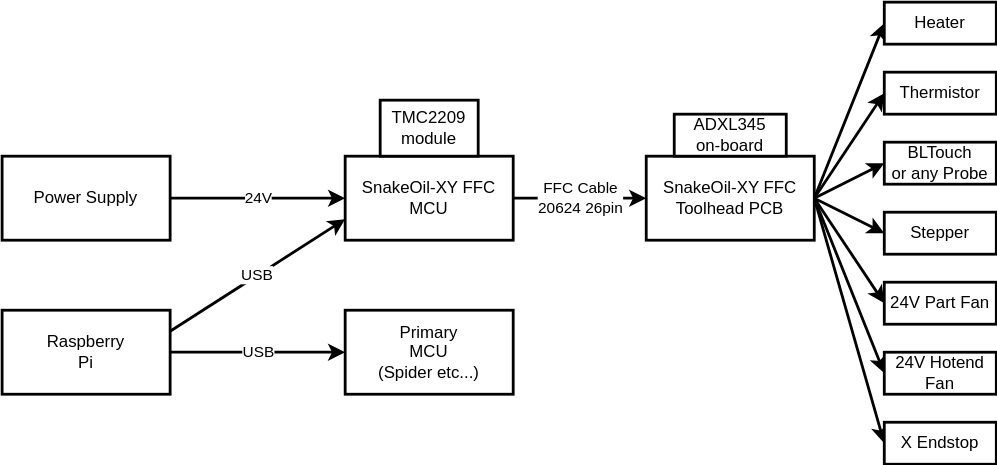
This is blockdiagram.drawio.svg from sadaoikebe/SnakeOilXY-FFC, a draw.io export, as it was before one commit. Source tidied: cells renumbered, new cells last; positions are measured from the earlier drawing's top-left corner, leaving out a move shared by most shapes. Source of this version:
```xml
<mxGraphModel>
  <root>
    <mxCell id="0" />
    <mxCell id="1" parent="0" />
    <mxCell id="2" value="FFC Cable&lt;br&gt;20624 26pin" style="edgeStyle=none;html=1;strokeWidth=2;" parent="1" edge="1" source="3" target="18">
      <mxGeometry relative="1" as="geometry" />
    </mxCell>
    <mxCell id="3" value="SnakeOil-XY FFC MCU" style="rounded=0;whiteSpace=wrap;html=1;strokeWidth=2;" parent="1" vertex="1">
      <mxGeometry x="245" y="110" width="120" height="60" as="geometry" />
    </mxCell>
    <mxCell id="4" value="TMC2209&lt;br&gt;module" style="rounded=0;whiteSpace=wrap;html=1;strokeWidth=2;" parent="1" vertex="1">
      <mxGeometry x="270" y="70" width="70" height="40" as="geometry" />
    </mxCell>
    <mxCell id="5" value="USB" style="edgeStyle=none;html=1;exitX=1;exitY=0.25;exitDx=0;exitDy=0;entryX=0;entryY=0.75;entryDx=0;entryDy=0;strokeWidth=2;" parent="1" edge="1" source="7" target="3">
      <mxGeometry relative="1" as="geometry" />
    </mxCell>
    <mxCell id="6" value="USB" style="edgeStyle=none;html=1;exitX=1;exitY=0.5;exitDx=0;exitDy=0;entryX=0;entryY=0.5;entryDx=0;entryDy=0;strokeWidth=2;" parent="1" edge="1" source="7" target="8">
      <mxGeometry relative="1" as="geometry" />
    </mxCell>
    <mxCell id="7" value="Raspberry&lt;br&gt;Pi" style="rounded=0;whiteSpace=wrap;html=1;strokeWidth=2;" parent="1" vertex="1">
      <mxGeometry y="220" width="120" height="60" as="geometry" />
    </mxCell>
    <mxCell id="8" value="Primary&lt;br&gt;MCU&lt;br&gt;(Spider etc...)" style="rounded=0;whiteSpace=wrap;html=1;strokeWidth=2;" parent="1" vertex="1">
      <mxGeometry x="245" y="220" width="120" height="60" as="geometry" />
    </mxCell>
    <mxCell id="9" value="24V" style="edgeStyle=none;html=1;exitX=1;exitY=0.5;exitDx=0;exitDy=0;entryX=0;entryY=0.5;entryDx=0;entryDy=0;strokeWidth=2;" parent="1" edge="1" source="10" target="3">
      <mxGeometry relative="1" as="geometry" />
    </mxCell>
    <mxCell id="10" value="Power Supply" style="rounded=0;whiteSpace=wrap;html=1;strokeWidth=2;" parent="1" vertex="1">
      <mxGeometry y="110" width="120" height="60" as="geometry" />
    </mxCell>
    <mxCell id="11" style="edgeStyle=none;html=1;exitX=1;exitY=0.5;exitDx=0;exitDy=0;entryX=0;entryY=0.5;entryDx=0;entryDy=0;strokeWidth=2;" parent="1" edge="1" source="18" target="19">
      <mxGeometry relative="1" as="geometry" />
    </mxCell>
    <mxCell id="12" style="edgeStyle=none;html=1;exitX=1;exitY=0.5;exitDx=0;exitDy=0;entryX=0;entryY=0.5;entryDx=0;entryDy=0;strokeWidth=2;" parent="1" edge="1" source="18" target="20">
      <mxGeometry relative="1" as="geometry" />
    </mxCell>
    <mxCell id="13" style="edgeStyle=none;html=1;exitX=1;exitY=0.5;exitDx=0;exitDy=0;entryX=0;entryY=0.5;entryDx=0;entryDy=0;strokeWidth=2;" parent="1" edge="1" source="18" target="21">
      <mxGeometry relative="1" as="geometry" />
    </mxCell>
    <mxCell id="14" style="edgeStyle=none;html=1;exitX=1;exitY=0.5;exitDx=0;exitDy=0;entryX=0;entryY=0.5;entryDx=0;entryDy=0;strokeWidth=2;" parent="1" edge="1" source="18" target="23">
      <mxGeometry relative="1" as="geometry" />
    </mxCell>
    <mxCell id="15" style="edgeStyle=none;html=1;exitX=1;exitY=0.5;exitDx=0;exitDy=0;entryX=0;entryY=0.5;entryDx=0;entryDy=0;strokeWidth=2;" parent="1" edge="1" source="18" target="24">
      <mxGeometry relative="1" as="geometry" />
    </mxCell>
    <mxCell id="16" style="edgeStyle=none;html=1;exitX=1;exitY=0.5;exitDx=0;exitDy=0;entryX=0;entryY=0.5;entryDx=0;entryDy=0;strokeWidth=2;" parent="1" edge="1" source="18" target="25">
      <mxGeometry relative="1" as="geometry" />
    </mxCell>
    <mxCell id="17" style="edgeStyle=none;html=1;exitX=1;exitY=0.5;exitDx=0;exitDy=0;entryX=0;entryY=0.5;entryDx=0;entryDy=0;strokeWidth=2;" parent="1" edge="1" source="18" target="26">
      <mxGeometry relative="1" as="geometry" />
    </mxCell>
    <mxCell id="18" value="SnakeOil-XY FFC&lt;br&gt;Toolhead PCB" style="rounded=0;whiteSpace=wrap;html=1;strokeWidth=2;" parent="1" vertex="1">
      <mxGeometry x="460" y="110" width="120" height="60" as="geometry" />
    </mxCell>
    <mxCell id="19" value="Heater" style="rounded=0;whiteSpace=wrap;html=1;strokeWidth=2;" parent="1" vertex="1">
      <mxGeometry x="630" width="80" height="30" as="geometry" />
    </mxCell>
    <mxCell id="20" value="Thermistor" style="rounded=0;whiteSpace=wrap;html=1;strokeWidth=2;" parent="1" vertex="1">
      <mxGeometry x="630" y="50" width="80" height="30" as="geometry" />
    </mxCell>
    <mxCell id="21" value="BLTouch&lt;br&gt;or any Probe" style="rounded=0;whiteSpace=wrap;html=1;strokeWidth=2;" parent="1" vertex="1">
      <mxGeometry x="630" y="100" width="80" height="30" as="geometry" />
    </mxCell>
    <mxCell id="22" value="ADXL345&lt;br&gt;on-board" style="rounded=0;whiteSpace=wrap;html=1;strokeWidth=2;" parent="1" vertex="1">
      <mxGeometry x="480" y="80" width="80" height="30" as="geometry" />
    </mxCell>
    <mxCell id="23" value="Stepper" style="rounded=0;whiteSpace=wrap;html=1;strokeWidth=2;" parent="1" vertex="1">
      <mxGeometry x="630" y="150" width="80" height="30" as="geometry" />
    </mxCell>
    <mxCell id="24" value="24V Part Fan" style="rounded=0;whiteSpace=wrap;html=1;strokeWidth=2;" parent="1" vertex="1">
      <mxGeometry x="630" y="200" width="80" height="30" as="geometry" />
    </mxCell>
    <mxCell id="25" value="24V Hotend Fan" style="rounded=0;whiteSpace=wrap;html=1;strokeWidth=2;" parent="1" vertex="1">
      <mxGeometry x="630" y="250" width="80" height="30" as="geometry" />
    </mxCell>
    <mxCell id="26" value="X Endstop" style="rounded=0;whiteSpace=wrap;html=1;strokeWidth=2;" parent="1" vertex="1">
      <mxGeometry x="630" y="300" width="80" height="30" as="geometry" />
    </mxCell>
  </root>
</mxGraphModel>
```
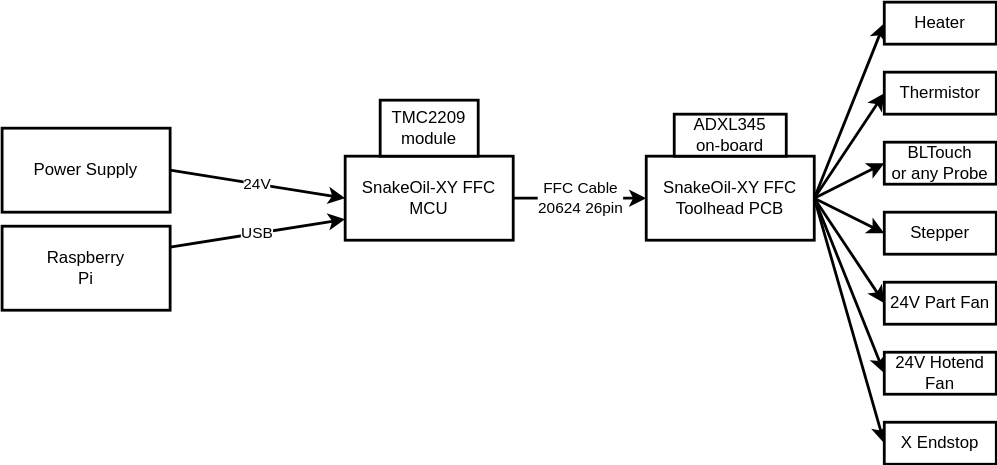
Above is the later version.

What changed in the source:
```diff
@@ -1,4 +1,4 @@
-<mxGraphModel>
+<mxGraphModel background="#FFFFFF">
   <root>
     <mxCell id="0" />
     <mxCell id="1" parent="0" />
@@ -14,20 +14,14 @@
     <mxCell id="5" value="USB" style="edgeStyle=none;html=1;exitX=1;exitY=0.25;exitDx=0;exitDy=0;entryX=0;entryY=0.75;entryDx=0;entryDy=0;strokeWidth=2;" parent="1" edge="1" source="7" target="3">
       <mxGeometry relative="1" as="geometry" />
     </mxCell>
-    <mxCell id="6" value="USB" style="edgeStyle=none;html=1;exitX=1;exitY=0.5;exitDx=0;exitDy=0;entryX=0;entryY=0.5;entryDx=0;entryDy=0;strokeWidth=2;" parent="1" edge="1" source="7" target="8">
-      <mxGeometry relative="1" as="geometry" />
-    </mxCell>
     <mxCell id="7" value="Raspberry&lt;br&gt;Pi" style="rounded=0;whiteSpace=wrap;html=1;strokeWidth=2;" parent="1" vertex="1">
-      <mxGeometry y="220" width="120" height="60" as="geometry" />
+      <mxGeometry y="160" width="120" height="60" as="geometry" />
     </mxCell>
-    <mxCell id="8" value="Primary&lt;br&gt;MCU&lt;br&gt;(Spider etc...)" style="rounded=0;whiteSpace=wrap;html=1;strokeWidth=2;" parent="1" vertex="1">
-      <mxGeometry x="245" y="220" width="120" height="60" as="geometry" />
-    </mxCell>
     <mxCell id="9" value="24V" style="edgeStyle=none;html=1;exitX=1;exitY=0.5;exitDx=0;exitDy=0;entryX=0;entryY=0.5;entryDx=0;entryDy=0;strokeWidth=2;" parent="1" edge="1" source="10" target="3">
       <mxGeometry relative="1" as="geometry" />
     </mxCell>
     <mxCell id="10" value="Power Supply" style="rounded=0;whiteSpace=wrap;html=1;strokeWidth=2;" parent="1" vertex="1">
-      <mxGeometry y="110" width="120" height="60" as="geometry" />
+      <mxGeometry y="90" width="120" height="60" as="geometry" />
     </mxCell>
     <mxCell id="11" style="edgeStyle=none;html=1;exitX=1;exitY=0.5;exitDx=0;exitDy=0;entryX=0;entryY=0.5;entryDx=0;entryDy=0;strokeWidth=2;" parent="1" edge="1" source="18" target="19">
       <mxGeometry relative="1" as="geometry" />
```
